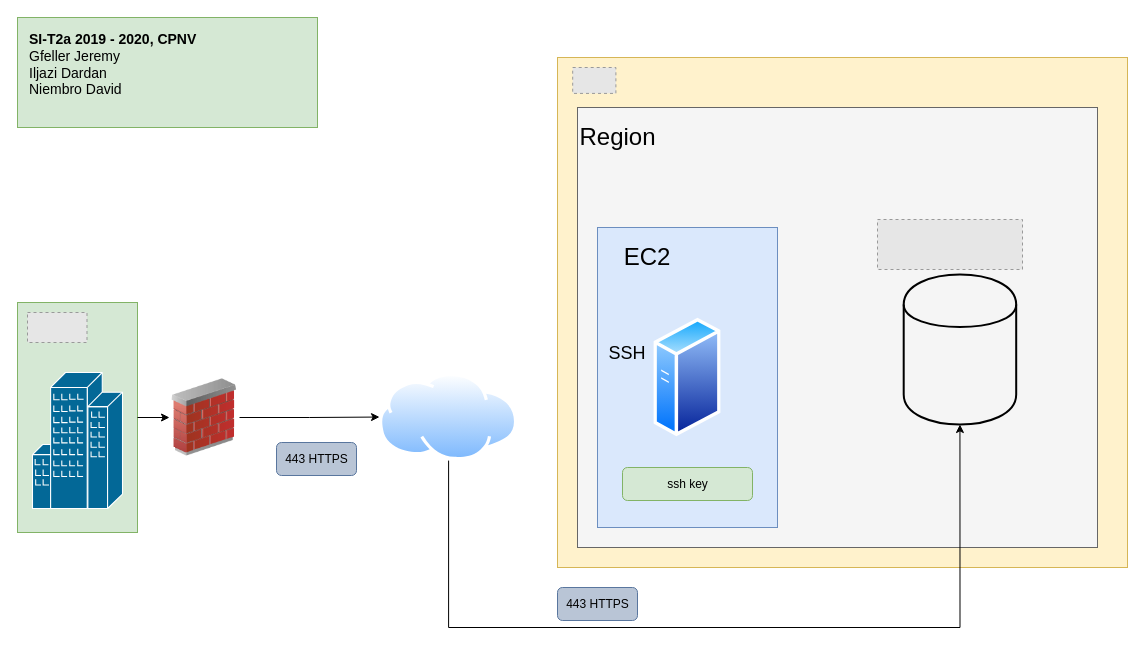
This is documentation/diagramme_architecture/ria.drawio from DavidNiembro/RIA_API, a draw.io file, before an edit. Source tidied: cells renumbered, new cells numbered last; positions are measured from the earlier drawing's top-left corner, leaving out a move shared by most shapes. Both pictures are drawn from the tidied source at 100%, with x=0, y=0 at pixel (17, 17). Pictures stored in the file or linked from it are replaced by grey dashed boxes.
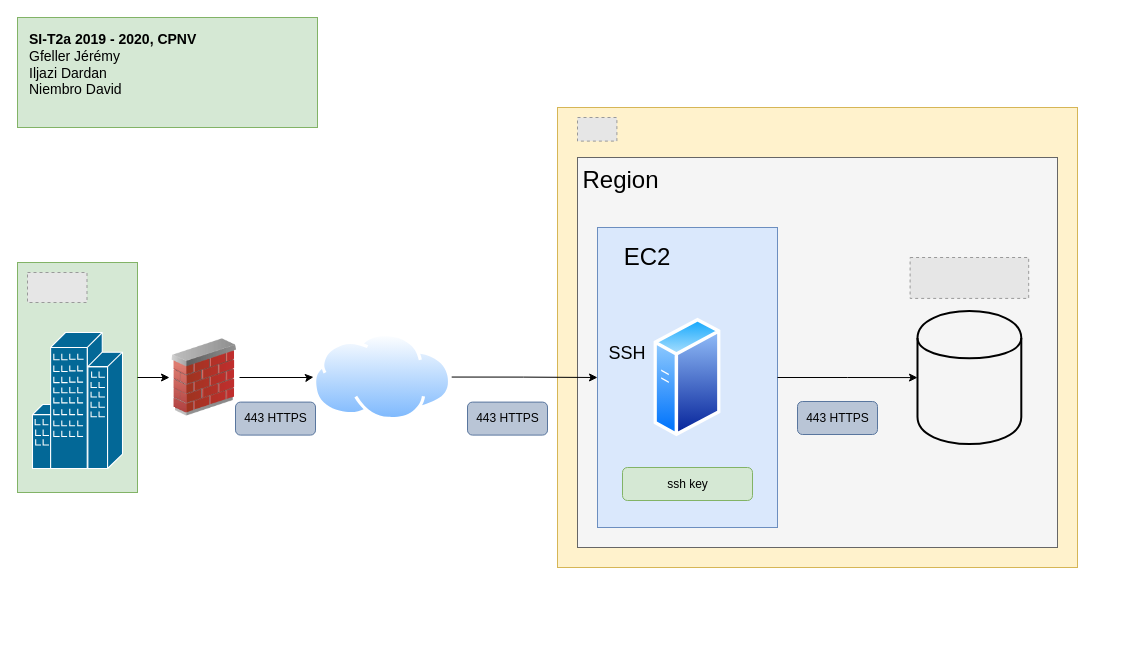
Above is the later version.

Commit message:
Update the diagram of the architecture

Unchanged cells that the change refers to:
```xml
<mxCell id="19" style="fillColor=#dae8fc;strokeColor=#6c8ebf;shadow=0;fontSize=14;align=left;spacing=10;9E9E9E;verticalAlign=top;spacingTop=-4;fontStyle=0;spacingLeft=40;html=1;" parent="18" vertex="1">
  <mxGeometry width="180" height="300" as="geometry" />
</mxCell>
<mxCell id="26" style="group;align=center;" parent="1" vertex="1">
  <mxGeometry width="298" height="110" as="geometry" />
</mxCell>
```

What changed in the source:
```diff
@@
     <mxCell id="2" style="group;" parent="1" vertex="1">
-      <mxGeometry x="540" y="40" width="570" height="510" as="geometry" />
+      <mxGeometry x="540" y="40" width="520" height="510" as="geometry" />
     </mxCell>
     <mxCell id="3" style="fillColor=#fff2cc;strokeColor=#d6b656;shadow=0;fontSize=14;align=left;spacing=10;9E9E9E;verticalAlign=top;spacingTop=-4;fontStyle=0;spacingLeft=40;html=1;" parent="2" vertex="1">
-      <mxGeometry width="570" height="510" as="geometry" />
+      <mxGeometry y="50" width="520" height="460" as="geometry" />
     </mxCell>
     <mxCell id="4" style="fillColor=#E6E6E6;strokeColor=#999999;dashed=1;verticalLabelPosition=bottom;labelBackgroundColor=#ffffff;verticalAlign=top;" parent="2" vertex="1">
-      <mxGeometry x="15.2" y="10" width="43.2" height="25.9" as="geometry" />
+      <mxGeometry x="20" y="60" width="39.4" height="23.6" as="geometry" />
     </mxCell>
     <mxCell id="5" style="group;" parent="1" vertex="1">
-      <mxGeometry x="560" y="90" width="520" height="440" as="geometry" />
+      <mxGeometry x="560" y="140" width="480" height="390" as="geometry" />
     </mxCell>
     <mxCell id="6" style="fillColor=#f5f5f5;strokeColor=#666666;shadow=0;fontSize=14;align=left;spacing=10;9E9E9E;verticalAlign=top;spacingTop=-4;fontStyle=0;spacingLeft=40;html=1;fontColor=#333333;" parent="5" vertex="1">
-      <mxGeometry width="520" height="440" as="geometry" />
+      <mxGeometry width="480" height="390" as="geometry" />
     </mxCell>
     <mxCell id="7" value="&lt;font style=&quot;font-size: 24px&quot;&gt;Region&lt;/font&gt;" style="text;html=1;strokeColor=none;fillColor=none;align=center;verticalAlign=middle;whiteSpace=wrap;rounded=0;" parent="5" vertex="1">
-      <mxGeometry x="7.4" y="20" width="66.9" height="20" as="geometry" />
+      <mxGeometry x="6.9" y="10" width="73.1" height="25.4" as="geometry" />
     </mxCell>
+    <mxCell id="24" style="shape=cylinder;whiteSpace=wrap;html=1;boundedLbl=1;backgroundOutline=1;fillColor=none;strokeColor=#000000;fontColor=#333333;strokeWidth=2;" parent="5" vertex="1">
+      <mxGeometry x="340" y="153.6" width="103.8" height="133" as="geometry" />
+    </mxCell>
+    <mxCell id="17" style="fillColor=#E6E6E6;strokeColor=#999999;dashed=1;verticalLabelPosition=bottom;labelBackgroundColor=#ffffff;verticalAlign=top;" parent="5" vertex="1">
+      <mxGeometry x="332.6" y="100" width="118.6" height="40.9" as="geometry" />
+    </mxCell>
     <mxCell id="8" style="edgeStyle=orthogonalEdgeStyle;rounded=0;jettySize=auto;html=1;exitX=1;exitY=0.5;exitDx=0;exitDy=0;entryX=0;entryY=0.5;entryDx=0;entryDy=0;" parent="1" edge="1" source="9" target="11">
       <mxGeometry relative="1" as="geometry">
         <Array as="points">
-          <mxPoint x="292" y="400" />
+          <mxPoint x="292" y="360" />
         </Array>
       </mxGeometry>
     </mxCell>
     <mxCell id="9" style="image;html=1;labelBackgroundColor=#ffffff;image=img/lib/clip_art/networking/Firewall_02_128x128.png;" parent="1" vertex="1">
-      <mxGeometry x="152" y="361.4" width="70" height="77.2" as="geometry" />
+      <mxGeometry x="152" y="321.4" width="70" height="77.2" as="geometry" />
     </mxCell>
-    <mxCell id="10" style="edgeStyle=orthogonalEdgeStyle;rounded=0;jettySize=auto;html=1;exitX=0.5;exitY=1;exitDx=0;exitDy=0;entryX=0.5;entryY=1;entryDx=0;entryDy=0;" parent="1" edge="1" source="11" target="24">
-      <mxGeometry relative="1" as="geometry">
-        <Array as="points">
-          <mxPoint x="431" y="610" />
-          <mxPoint x="943" y="610" />
-        </Array>
-      </mxGeometry>
-    </mxCell>
+    <mxCell id="30" style="edgeStyle=orthogonalEdgeStyle;rounded=0;jettySize=auto;html=1;exitX=1;exitY=0.5;exitDx=0;exitDy=0;entryX=0;entryY=0.5;entryDx=0;entryDy=0;" parent="1" edge="1" source="11" target="19">
+      <mxGeometry relative="1" as="geometry">
+        <Array as="points">
+          <mxPoint x="506" y="360" />
+        </Array>
+      </mxGeometry>
+    </mxCell>
     <mxCell id="11" style="perimeter=ellipsePerimeter;html=1;align=center;shadow=0;dashed=0;spacingTop=3;image;image=img/lib/active_directory/internet_cloud.svg;" parent="1" vertex="1">
-      <mxGeometry x="362" y="356" width="138.2" height="87.1" as="geometry" />
+      <mxGeometry x="296" y="316" width="138.2" height="87.1" as="geometry" />
     </mxCell>
     <mxCell id="12" value="443 HTTPS" style="rounded=1;align=center;fillColor=#B9C5D6;strokeColor=#59769E;html=1;fontSize=12;" parent="1" vertex="1">
-      <mxGeometry x="259" y="425" width="80" height="33" as="geometry" />
+      <mxGeometry x="218" y="384.6" width="80" height="33" as="geometry" />
     </mxCell>
     <mxCell id="13" style="group;" parent="1" vertex="1">
-      <mxGeometry y="285" width="120" height="230" as="geometry" />
+      <mxGeometry y="245" width="120" height="230" as="geometry" />
     </mxCell>
@@
-    <mxCell id="17" style="fillColor=#E6E6E6;strokeColor=#999999;dashed=1;verticalLabelPosition=bottom;labelBackgroundColor=#ffffff;verticalAlign=top;" parent="1" vertex="1">
-      <mxGeometry x="860" y="202" width="145" height="50" as="geometry" />
-    </mxCell>
@@
-    <mxCell id="24" style="shape=cylinder;whiteSpace=wrap;html=1;boundedLbl=1;backgroundOutline=1;fillColor=none;strokeColor=#000000;fontColor=#333333;strokeWidth=2;" parent="1" vertex="1">
-      <mxGeometry x="886.2" y="257" width="112.5" height="150" as="geometry" />
-    </mxCell>
-    <mxCell id="25" value="443 HTTPS" style="rounded=1;align=center;fillColor=#B9C5D6;strokeColor=#59769E;html=1;fontSize=12;" parent="1" vertex="1">
-      <mxGeometry x="540" y="570" width="80" height="33" as="geometry" />
-    </mxCell>
@@
-    <mxCell id="28" value="&lt;font style=&quot;font-size: 14px&quot;&gt;&lt;b&gt;SI-T2a 2019 - 2020, CPNV&lt;/b&gt;&lt;br&gt;Gfeller Jeremy&lt;br&gt;Iljazi Dardan&lt;br&gt;Niembro David&lt;br&gt;&lt;br&gt;&lt;/font&gt;" style="text;html=1;strokeColor=none;fillColor=none;align=left;verticalAlign=top;whiteSpace=wrap;rounded=0;imageAspect=1;" parent="26" vertex="1">
+    <mxCell id="28" value="&lt;font style=&quot;font-size: 14px&quot;&gt;&lt;b&gt;SI-T2a 2019 - 2020, CPNV&lt;/b&gt;&lt;br&gt;Gfeller Jérémy&lt;br&gt;Iljazi Dardan&lt;br&gt;Niembro David&lt;br&gt;&lt;br&gt;&lt;/font&gt;" style="text;html=1;strokeColor=none;fillColor=none;align=left;verticalAlign=top;whiteSpace=wrap;rounded=0;imageAspect=1;" parent="26" vertex="1">
       <mxGeometry x="10" y="6.7" width="280" height="93.3" as="geometry" />
     </mxCell>
@@
+    <mxCell id="31" value="443 HTTPS" style="rounded=1;align=center;fillColor=#B9C5D6;strokeColor=#59769E;html=1;fontSize=12;" parent="1" vertex="1">
+      <mxGeometry x="450" y="384.6" width="80" height="33" as="geometry" />
+    </mxCell>
+    <mxCell id="32" style="edgeStyle=orthogonalEdgeStyle;rounded=0;jettySize=auto;html=1;exitX=1;exitY=0.5;exitDx=0;exitDy=0;" parent="1" edge="1" source="19" target="24">
+      <mxGeometry relative="1" as="geometry" />
+    </mxCell>
+    <mxCell id="25" value="443 HTTPS" style="rounded=1;align=center;fillColor=#B9C5D6;strokeColor=#59769E;html=1;fontSize=12;" parent="1" vertex="1">
+      <mxGeometry x="780" y="384" width="80" height="33" as="geometry" />
+    </mxCell>
```
